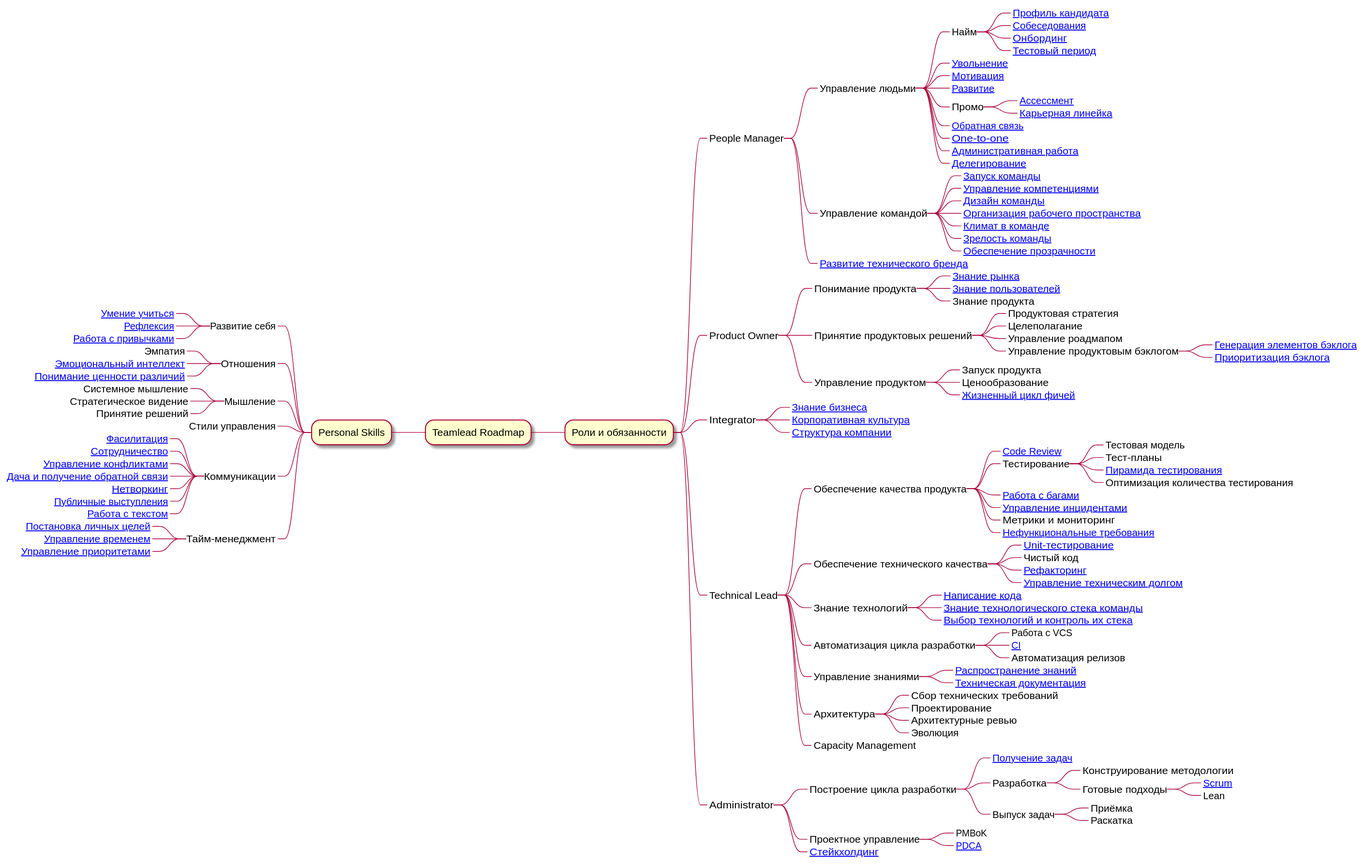
The PlantUML diagram roadmap.svg in tlbootcamp/tlroadmap, before a commit.
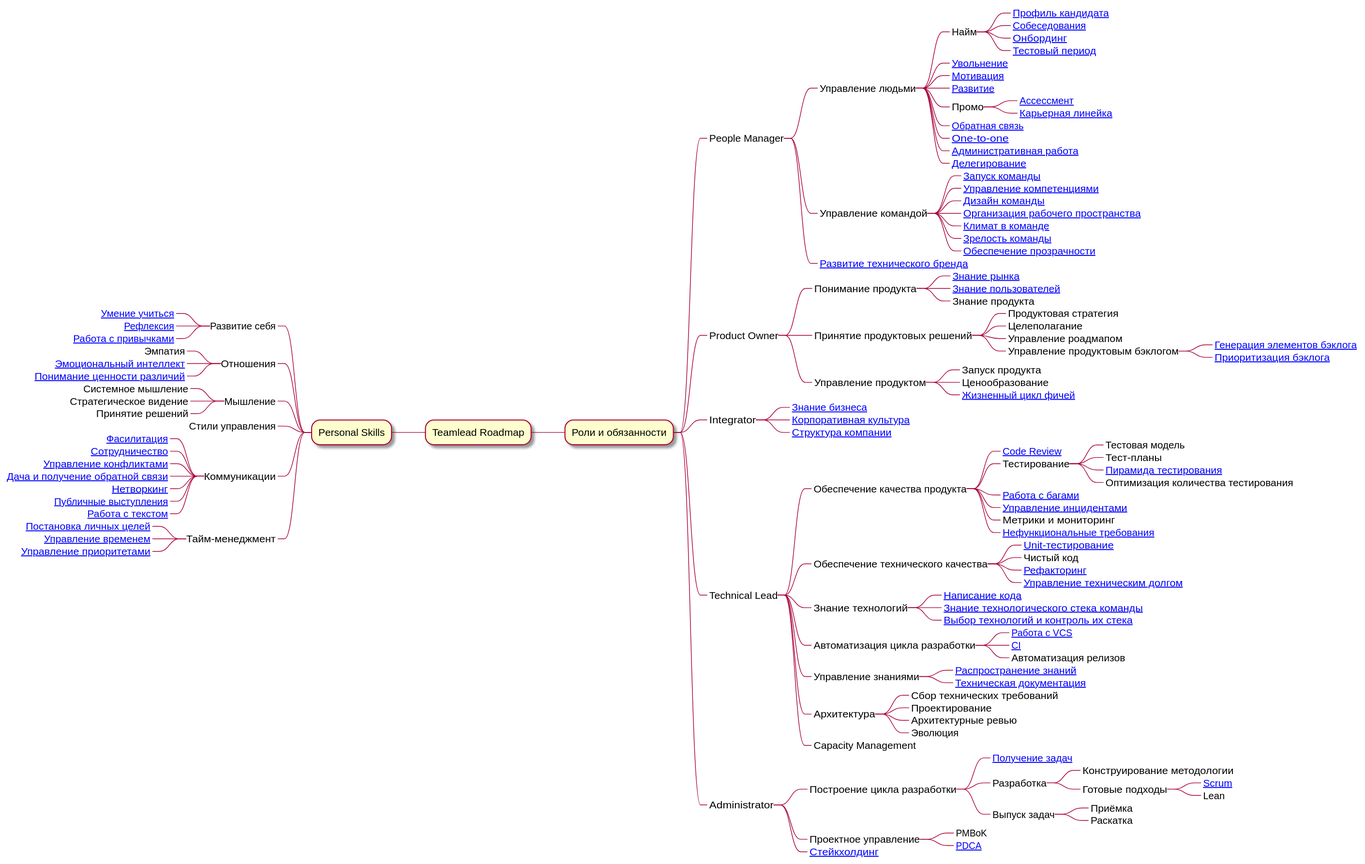
Above is the later version.

Change to the diagram source:
```diff
@@ -69,7 +69,7 @@
 *****_ [[https://github.com/tlbootcamp/tlroadmap/blob/master/skills/technical-lead/stack-knowledge.md Знание технологического стека команды]]
 *****_ [[https://github.com/tlbootcamp/tlroadmap/blob/master/skills/technical-lead/stack-choice.md Выбор технологий и контроль их стека]]
 ****_ Автоматизация цикла разработки
-*****_ Работа с VCS
+*****_ [[https://github.com/tlbootcamp/tlroadmap/blob/master/skills/technical-lead/vcs.md Работа с VCS]]
 *****_ [[https://github.com/tlbootcamp/tlroadmap/blob/master/skills/technical-lead/ci.md CI]]
 *****_ Автоматизация релизов
 ****_ Управление знаниями
```
